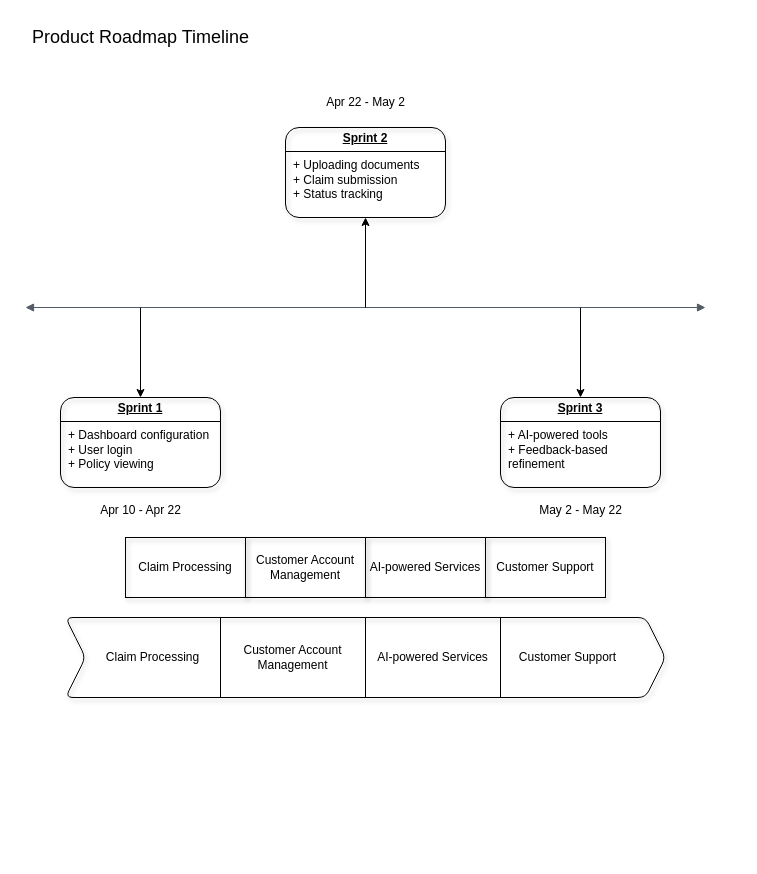
Above: Project - Agile Software Engineering Diagram 2.drawio in Matasem-h/SimpleFlowcharts (draw.io), before the change. Source tidied: cells renumbered, new cells numbered last; positions are measured from the earlier drawing's top-left corner, leaving out a move shared by most shapes. Both pictures are drawn from the tidied source at 100%, with x=0, y=0 at pixel (20, 17).
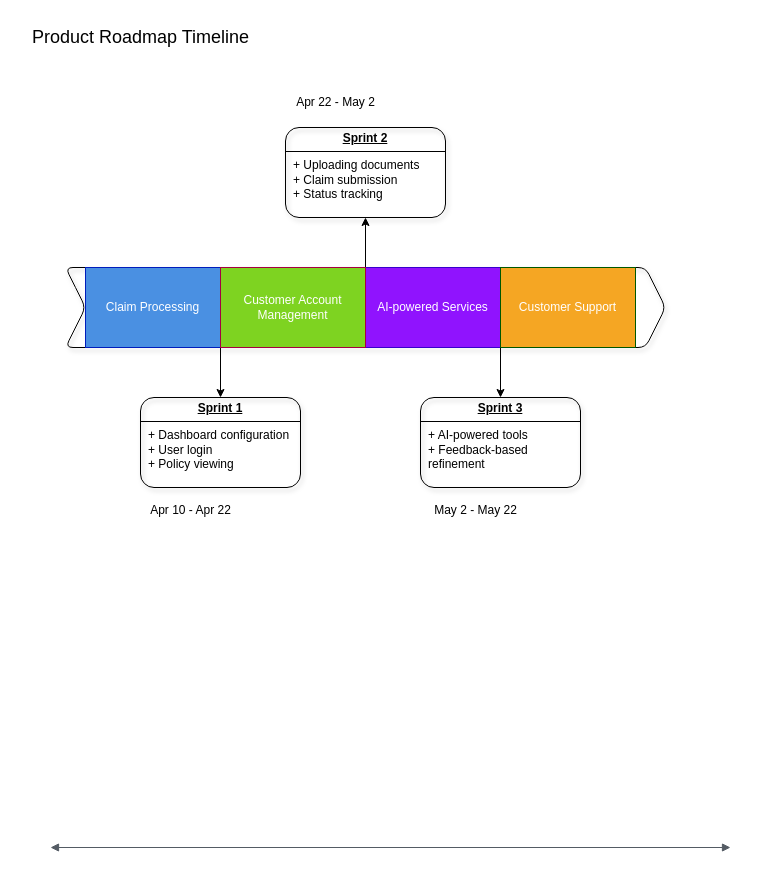
Above is the later version.

The change refers to these unchanged cells:
```xml
<mxCell id="7" value="&lt;p style=&quot;margin: 4px 0px 0px; text-align: center; text-decoration: underline;&quot;&gt;&lt;b&gt;Sprint 2&lt;/b&gt;&lt;/p&gt;&lt;hr size=&quot;1&quot; style=&quot;border-style:solid;&quot;&gt;&lt;p style=&quot;margin:0px;margin-left:8px;&quot;&gt;+ Uploading documents&lt;br&gt;+ Claim submission&lt;br&gt;+ Status tracking&lt;/p&gt;" style="verticalAlign=top;align=left;overflow=fill;html=1;whiteSpace=wrap;rounded=1;shadow=1;glass=0;strokeColor=default;strokeWidth=1;arcSize=15;fontFamily=Helvetica;fontSize=12;fontColor=default;fontStyle=0;horizontal=1;fillColor=none;" parent="1" vertex="1">
  <mxGeometry x="265" y="110" width="160" height="90" as="geometry" />
</mxCell>
```

What changed in the source:
```diff
@@
     <mxCell id="2" style="edgeStyle=orthogonalEdgeStyle;html=1;endArrow=block;elbow=vertical;startArrow=block;startFill=1;endFill=1;strokeColor=#545B64;rounded=0;fontSize=11;strokeWidth=1;targetPerimeterSpacing=0;endSize=6;" parent="1" edge="1">
       <mxGeometry relative="1" as="geometry">
-        <mxPoint x="5" y="290" as="sourcePoint" />
-        <mxPoint x="685" y="290" as="targetPoint" />
+        <mxPoint x="30" y="830" as="sourcePoint" />
+        <mxPoint x="710" y="830" as="targetPoint" />
       </mxGeometry>
     </mxCell>
-    <mxCell id="3" style="endArrow=classic;html=1;rounded=0;" parent="1" edge="1">
+    <mxCell id="3" style="endArrow=classic;html=1;rounded=0;entryX=0.5;entryY=1;entryDx=0;entryDy=0;" parent="1" edge="1" target="7">
       <mxGeometry relative="1" as="geometry">
-        <mxPoint x="345" y="290" as="sourcePoint" />
-        <mxPoint x="345" y="200" as="targetPoint" />
+        <mxPoint x="345" y="260" as="sourcePoint" />
       </mxGeometry>
     </mxCell>
-    <mxCell id="4" style="endArrow=classic;html=1;rounded=0;" parent="1" edge="1">
+    <mxCell id="4" style="endArrow=classic;html=1;rounded=0;endSize=6;strokeWidth=1;fontSize=11;entryX=0.5;entryY=0;entryDx=0;entryDy=0;" parent="1" edge="1" target="6">
       <mxGeometry relative="1" as="geometry">
-        <mxPoint x="120" y="290" as="sourcePoint" />
-        <mxPoint x="120" y="380" as="targetPoint" />
+        <mxPoint x="200" y="330" as="sourcePoint" />
       </mxGeometry>
     </mxCell>
-    <mxCell id="5" style="endArrow=classic;html=1;rounded=0;" parent="1" edge="1">
+    <mxCell id="5" style="endArrow=classic;html=1;rounded=0;entryX=0.5;entryY=0;entryDx=0;entryDy=0;" parent="1" edge="1" target="8">
       <mxGeometry relative="1" as="geometry">
-        <mxPoint x="560" y="290" as="sourcePoint" />
-        <mxPoint x="560" y="380" as="targetPoint" />
+        <mxPoint x="480" y="330" as="sourcePoint" />
       </mxGeometry>
     </mxCell>
     <mxCell id="6" value="&lt;p style=&quot;margin: 4px 0px 0px; text-align: center; text-decoration: underline;&quot;&gt;&lt;b&gt;Sprint 1&lt;/b&gt;&lt;/p&gt;&lt;hr size=&quot;1&quot; style=&quot;border-style:solid;&quot;&gt;&lt;p style=&quot;margin:0px;margin-left:8px;&quot;&gt;+ Dashboard configuration&lt;br&gt;+ User login&lt;br&gt;+ Policy viewing&lt;/p&gt;" style="verticalAlign=top;align=left;overflow=fill;html=1;whiteSpace=wrap;rounded=1;shadow=1;glass=0;strokeColor=default;strokeWidth=1;arcSize=15;fontFamily=Helvetica;fontSize=12;fontColor=default;fontStyle=0;horizontal=1;fillColor=none;" parent="1" vertex="1">
-      <mxGeometry x="40" y="380" width="160" height="90" as="geometry" />
+      <mxGeometry x="120" y="380" width="160" height="90" as="geometry" />
     </mxCell>
@@
     <mxCell id="8" value="&lt;p style=&quot;margin: 4px 0px 0px; text-align: center; text-decoration: underline;&quot;&gt;&lt;b&gt;Sprint 3&lt;/b&gt;&lt;/p&gt;&lt;hr size=&quot;1&quot; style=&quot;border-style:solid;&quot;&gt;&lt;p style=&quot;margin:0px;margin-left:8px;&quot;&gt;+ AI-powered tools&lt;br&gt;+ Feedback-based refinement&lt;/p&gt;" style="verticalAlign=top;align=left;overflow=fill;html=1;whiteSpace=wrap;rounded=1;shadow=1;glass=0;strokeColor=default;strokeWidth=1;arcSize=15;fontFamily=Helvetica;fontSize=12;fontColor=default;fontStyle=0;horizontal=1;fillColor=none;" parent="1" vertex="1">
-      <mxGeometry x="480" y="380" width="160" height="90" as="geometry" />
+      <mxGeometry x="400" y="380" width="160" height="90" as="geometry" />
     </mxCell>
     <mxCell id="9" value="Apr 10 - Apr 22" style="text;html=1;align=center;verticalAlign=middle;strokeColor=none;fillColor=none;fontFamily=Helvetica;fontSize=12;fontColor=default;fontStyle=0;horizontal=1;" parent="1" vertex="1">
-      <mxGeometry x="70" y="478" width="100" height="30" as="geometry" />
+      <mxGeometry x="120" y="478" width="100" height="30" as="geometry" />
     </mxCell>
     <mxCell id="10" value="Apr 22 - May 2 " style="text;html=1;align=center;verticalAlign=middle;strokeColor=none;fillColor=none;fontFamily=Helvetica;fontSize=12;fontColor=default;fontStyle=0;horizontal=1;" parent="1" vertex="1">
-      <mxGeometry x="295" y="70" width="100" height="30" as="geometry" />
+      <mxGeometry x="265" y="70" width="100" height="30" as="geometry" />
     </mxCell>
     <mxCell id="11" value="May 2 - May 22" style="text;html=1;align=center;verticalAlign=middle;strokeColor=none;fillColor=none;fontFamily=Helvetica;fontSize=12;fontColor=default;fontStyle=0;horizontal=1;" parent="1" vertex="1">
-      <mxGeometry x="505" y="478" width="110" height="30" as="geometry" />
+      <mxGeometry x="400" y="478" width="110" height="30" as="geometry" />
     </mxCell>
@@
-    <mxCell id="13" value="Claim Processing" style="rounded=0;whiteSpace=wrap;html=1;shadow=1;glass=0;strokeColor=default;strokeWidth=1;align=center;verticalAlign=middle;arcSize=15;fontFamily=Helvetica;fontSize=12;fontColor=default;fontStyle=0;horizontal=1;fillColor=none;" parent="1" vertex="1">
-      <mxGeometry x="105" y="520" width="120" height="60" as="geometry" />
-    </mxCell>
-    <mxCell id="14" value="Customer Account Management" style="rounded=0;whiteSpace=wrap;html=1;shadow=1;glass=0;strokeColor=default;strokeWidth=1;align=center;verticalAlign=middle;arcSize=15;fontFamily=Helvetica;fontSize=12;fontColor=default;fontStyle=0;horizontal=1;fillColor=none;" parent="1" vertex="1">
-      <mxGeometry x="225" y="520" width="120" height="60" as="geometry" />
-    </mxCell>
-    <mxCell id="15" value="AI-powered Services" style="rounded=0;whiteSpace=wrap;html=1;shadow=1;glass=0;strokeColor=default;strokeWidth=1;align=center;verticalAlign=middle;arcSize=15;fontFamily=Helvetica;fontSize=12;fontColor=default;fontStyle=0;horizontal=1;fillColor=none;" parent="1" vertex="1">
-      <mxGeometry x="345" y="520" width="120" height="60" as="geometry" />
-    </mxCell>
-    <mxCell id="16" value="Customer Support" style="rounded=0;whiteSpace=wrap;html=1;shadow=1;glass=0;strokeColor=default;strokeWidth=1;align=center;verticalAlign=middle;arcSize=15;fontFamily=Helvetica;fontSize=12;fontColor=default;fontStyle=0;horizontal=1;fillColor=none;" parent="1" vertex="1">
-      <mxGeometry x="465" y="520" width="120" height="60" as="geometry" />
-    </mxCell>
     <mxCell id="17" style="shape=step;perimeter=stepPerimeter;whiteSpace=wrap;html=1;fixedSize=1;rounded=1;shadow=1;glass=0;strokeColor=default;strokeWidth=1;align=center;verticalAlign=middle;arcSize=15;fontFamily=Helvetica;fontSize=12;fontColor=default;fontStyle=0;horizontal=1;fillColor=none;" parent="1" vertex="1">
-      <mxGeometry x="45" y="600" width="600" height="80" as="geometry" />
+      <mxGeometry x="45" y="250" width="600" height="80" as="geometry" />
     </mxCell>
     <mxCell id="18" style="endArrow=none;html=1;rounded=0;fontFamily=Helvetica;fontSize=12;fontColor=default;fontStyle=0;horizontal=1;exitX=0.507;exitY=1.02;exitDx=0;exitDy=0;exitPerimeter=0;" parent="1" edge="1">
       <mxGeometry relative="1" as="geometry">
-        <mxPoint x="345" y="680" as="sourcePoint" />
-        <mxPoint x="345" y="600" as="targetPoint" />
+        <mxPoint x="345" y="330" as="sourcePoint" />
+        <mxPoint x="345" y="250" as="targetPoint" />
       </mxGeometry>
     </mxCell>
-    <mxCell id="19" value="AI-powered Services" style="text;html=1;align=center;verticalAlign=middle;whiteSpace=wrap;rounded=0;fontFamily=Helvetica;fontSize=12;fontColor=default;fontStyle=0;horizontal=1;" parent="1" vertex="1">
-      <mxGeometry x="345" y="600" width="135" height="80" as="geometry" />
+    <mxCell id="19" value="AI-powered Services" style="text;html=1;align=center;verticalAlign=middle;whiteSpace=wrap;rounded=0;fontFamily=Helvetica;fontSize=12;fontColor=#ffffff;fontStyle=0;horizontal=1;fillColor=light-dark(#9013FE,#9013FE);strokeColor=#3700CC;" parent="1" vertex="1">
+      <mxGeometry x="345" y="250" width="135" height="80" as="geometry" />
     </mxCell>
     <mxCell id="20" style="endArrow=none;html=1;rounded=0;fontFamily=Helvetica;fontSize=12;fontColor=default;fontStyle=0;horizontal=1;exitX=0.507;exitY=1.02;exitDx=0;exitDy=0;exitPerimeter=0;" parent="1" edge="1">
       <mxGeometry relative="1" as="geometry">
-        <mxPoint x="480" y="680" as="sourcePoint" />
-        <mxPoint x="480" y="600" as="targetPoint" />
+        <mxPoint x="480" y="330" as="sourcePoint" />
+        <mxPoint x="480" y="250" as="targetPoint" />
       </mxGeometry>
     </mxCell>
     <mxCell id="21" style="endArrow=none;html=1;rounded=0;fontFamily=Helvetica;fontSize=12;fontColor=default;fontStyle=0;horizontal=1;exitX=0.507;exitY=1.02;exitDx=0;exitDy=0;exitPerimeter=0;" parent="1" edge="1">
       <mxGeometry relative="1" as="geometry">
-        <mxPoint x="200" y="680" as="sourcePoint" />
-        <mxPoint x="200" y="600" as="targetPoint" />
+        <mxPoint x="200" y="330" as="sourcePoint" />
+        <mxPoint x="200" y="250" as="targetPoint" />
       </mxGeometry>
     </mxCell>
-    <mxCell id="22" value="Claim Processing" style="text;html=1;align=center;verticalAlign=middle;whiteSpace=wrap;rounded=0;fontFamily=Helvetica;fontSize=12;fontColor=default;fontStyle=0;horizontal=1;" parent="1" vertex="1">
-      <mxGeometry x="65" y="600" width="135" height="80" as="geometry" />
+    <mxCell id="22" value="Claim Processing" style="text;html=1;align=center;verticalAlign=middle;whiteSpace=wrap;rounded=0;fontFamily=Helvetica;fontSize=12;fontColor=#ffffff;fontStyle=0;horizontal=1;fillColor=light-dark(#4A90E2,#4A90E2);strokeColor=#001DBC;" parent="1" vertex="1">
+      <mxGeometry x="65" y="250" width="135" height="80" as="geometry" />
     </mxCell>
-    <mxCell id="23" value="Customer Support" style="text;html=1;align=center;verticalAlign=middle;whiteSpace=wrap;rounded=0;fontFamily=Helvetica;fontSize=12;fontColor=default;fontStyle=0;horizontal=1;" parent="1" vertex="1">
-      <mxGeometry x="480" y="600" width="135" height="80" as="geometry" />
+    <mxCell id="23" value="Customer Support" style="text;html=1;align=center;verticalAlign=middle;whiteSpace=wrap;rounded=0;fontFamily=Helvetica;fontSize=12;fontColor=#ffffff;fontStyle=0;horizontal=1;fillColor=light-dark(#F5A623,#F5A623);strokeColor=#005700;" parent="1" vertex="1">
+      <mxGeometry x="480" y="250" width="135" height="80" as="geometry" />
     </mxCell>
-    <mxCell id="24" value="Customer Account Management" style="text;html=1;align=center;verticalAlign=middle;whiteSpace=wrap;rounded=0;fontFamily=Helvetica;fontSize=12;fontColor=default;fontStyle=0;horizontal=1;" parent="1" vertex="1">
-      <mxGeometry x="200" y="600" width="145" height="80" as="geometry" />
+    <mxCell id="24" value="Customer Account Management" style="text;html=1;align=center;verticalAlign=middle;whiteSpace=wrap;rounded=0;fontFamily=Helvetica;fontSize=12;fontColor=#ffffff;fontStyle=0;horizontal=1;fillColor=light-dark(#7ED321,#7ED321);strokeColor=#A50040;" parent="1" vertex="1">
+      <mxGeometry x="200" y="250" width="145" height="80" as="geometry" />
     </mxCell>
```
